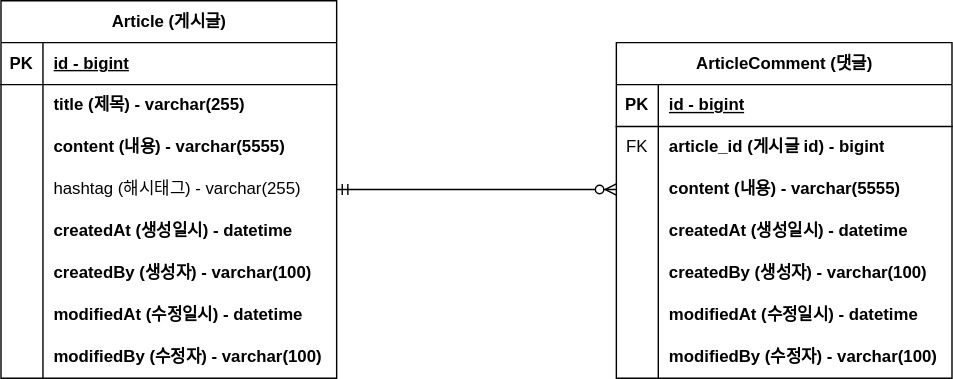
Before: document/borad-project-erd.svg, a diagram exported from draw.io (joosang425/board-project). Source tidied: cells renumbered, new cells last; positions are measured from the earlier drawing's top-left corner, leaving out a move shared by most shapes.
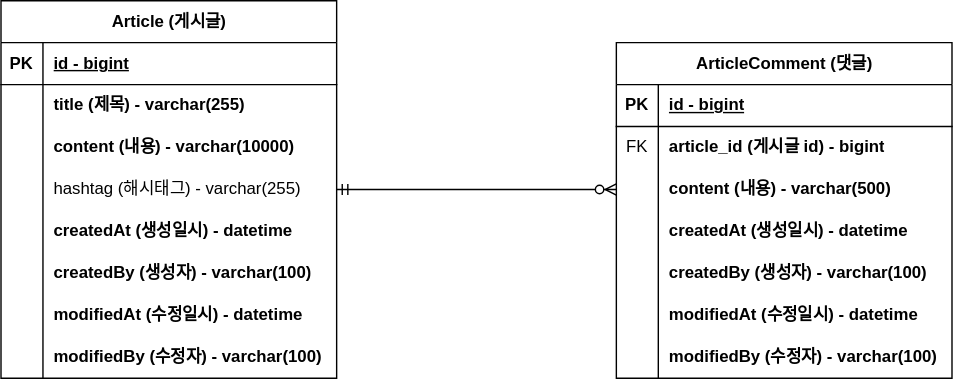
After the change.

Commit message:
#10 - erd 업데이트: content 사이즈 변경

What changed in the source:
```diff
@@ -29,7 +29,7 @@
     <mxCell id="10" style="shape=partialRectangle;fillColor=none;top=0;left=0;bottom=0;right=0;overflow=hidden;whiteSpace=wrap;html=1;" parent="9" vertex="1">
       <mxGeometry width="30" height="30" as="geometry" />
     </mxCell>
-    <mxCell id="11" value="content (내용) - varchar(5555)" style="shape=partialRectangle;fillColor=none;top=0;left=0;bottom=0;right=0;align=left;spacingLeft=6;overflow=hidden;whiteSpace=wrap;html=1;fontStyle=1;" parent="9" vertex="1">
+    <mxCell id="11" value="content (내용) - varchar(10000)" style="shape=partialRectangle;fillColor=none;top=0;left=0;bottom=0;right=0;align=left;spacingLeft=6;overflow=hidden;whiteSpace=wrap;html=1;fontStyle=1;" parent="9" vertex="1">
       <mxGeometry x="30" width="210" height="30" as="geometry" />
     </mxCell>
     <mxCell id="12" style="shape=tableRow;horizontal=0;startSize=0;swimlaneHead=0;swimlaneBody=0;fillColor=none;top=0;left=0;right=0;bottom=0;" parent="2" vertex="1">
@@ -104,7 +104,7 @@
     <mxCell id="35" style="shape=partialRectangle;fillColor=none;top=0;left=0;bottom=0;right=0;overflow=hidden;whiteSpace=wrap;html=1;" parent="34" vertex="1">
       <mxGeometry width="30" height="30" as="geometry" />
     </mxCell>
-    <mxCell id="36" value="content (내용) - varchar(5555)" style="shape=partialRectangle;fillColor=none;top=0;left=0;bottom=0;right=0;align=left;spacingLeft=6;overflow=hidden;whiteSpace=wrap;html=1;fontStyle=1;" parent="34" vertex="1">
+    <mxCell id="36" value="content (내용) - varchar(500)" style="shape=partialRectangle;fillColor=none;top=0;left=0;bottom=0;right=0;align=left;spacingLeft=6;overflow=hidden;whiteSpace=wrap;html=1;fontStyle=1;" parent="34" vertex="1">
       <mxGeometry x="30" width="210" height="30" as="geometry" />
     </mxCell>
     <mxCell id="37" style="shape=tableRow;horizontal=0;startSize=0;swimlaneHead=0;swimlaneBody=0;fillColor=none;top=0;left=0;right=0;bottom=0;" parent="27" vertex="1">
```
